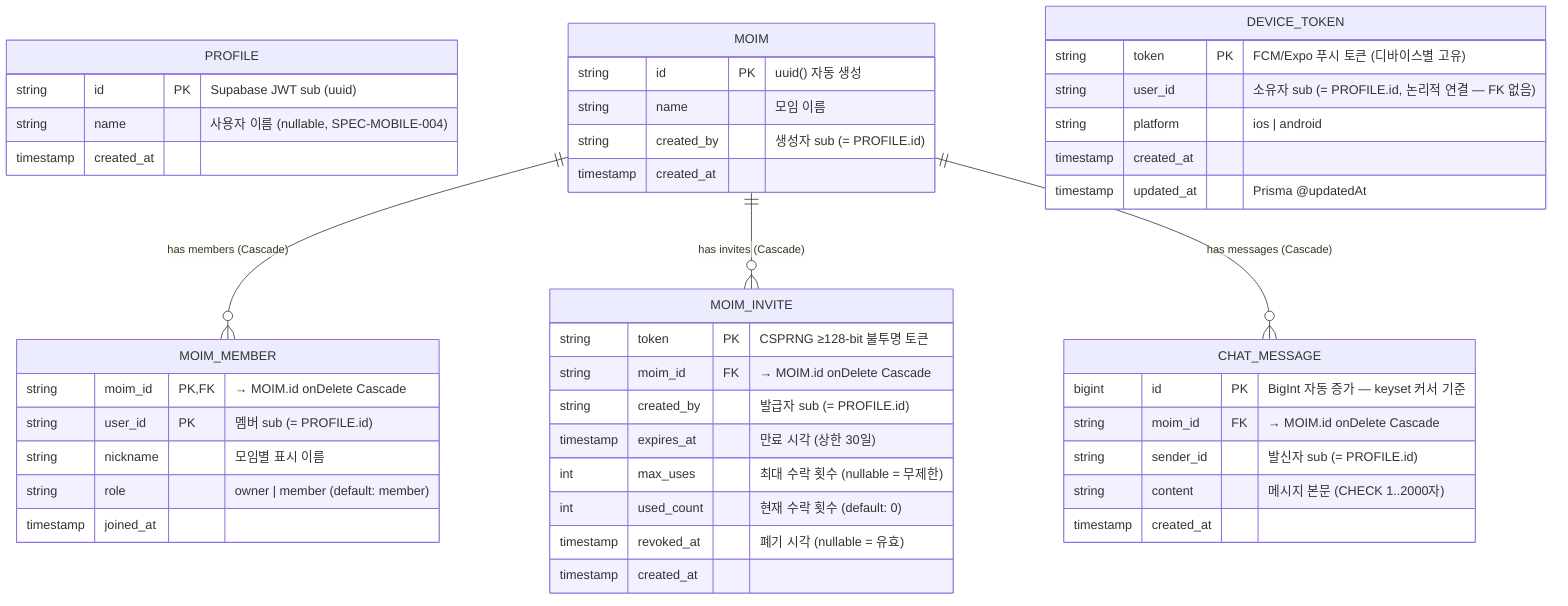
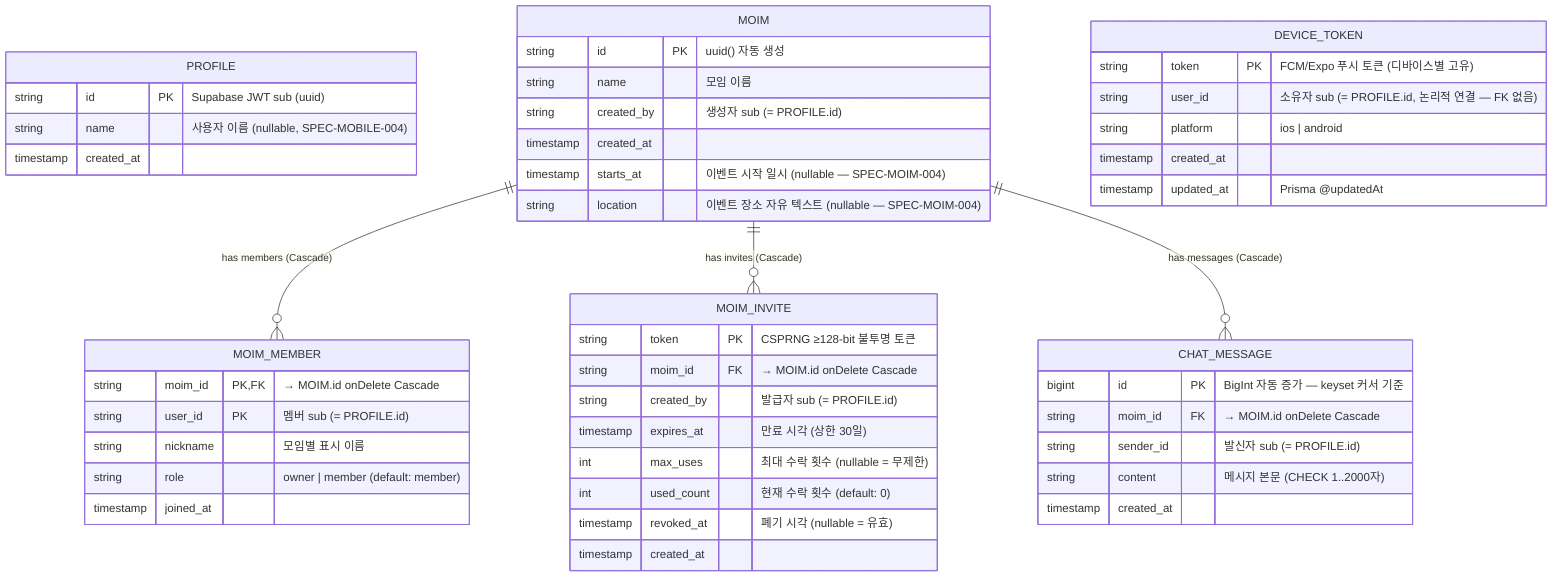
%% Mermaid ER diagram — 수동 갱신 (db.yaml auto-sync 비활성)
%% 기준: apps/backend/prisma/schema.prisma + 마이그레이션 파일
- %% 최종 갱신: 2026-06-15 (SPEC-MOBILE-004 sync — Profile.name nullable 추가)
+ %% 최종 갱신: 2026-06-19 (SPEC-MOIM-004 sync — Moim.startsAt/location nullable 추가)
erDiagram
    PROFILE {
        string id PK "Supabase JWT sub (uuid)"
        string name "사용자 이름 (nullable, SPEC-MOBILE-004)"
        timestamp created_at
    }

    MOIM {
        string id PK "uuid() 자동 생성"
        string name "모임 이름"
        string created_by "생성자 sub (= PROFILE.id)"
        timestamp created_at
+         timestamp starts_at "이벤트 시작 일시 (nullable — SPEC-MOIM-004)"
+         string location "이벤트 장소 자유 텍스트 (nullable — SPEC-MOIM-004)"
    }

    MOIM_MEMBER {
        string moim_id PK,FK "→ MOIM.id onDelete Cascade"
        string user_id PK "멤버 sub (= PROFILE.id)"
        string nickname "모임별 표시 이름"
        string role "owner | member (default: member)"
        timestamp joined_at
    }

    MOIM_INVITE {
        string token PK "CSPRNG ≥128-bit 불투명 토큰"
        string moim_id FK "→ MOIM.id onDelete Cascade"
        string created_by "발급자 sub (= PROFILE.id)"
        timestamp expires_at "만료 시각 (상한 30일)"
        int max_uses "최대 수락 횟수 (nullable = 무제한)"
        int used_count "현재 수락 횟수 (default: 0)"
        timestamp revoked_at "폐기 시각 (nullable = 유효)"
        timestamp created_at
    }

    CHAT_MESSAGE {
        bigint id PK "BigInt 자동 증가 — keyset 커서 기준"
        string moim_id FK "→ MOIM.id onDelete Cascade"
        string sender_id "발신자 sub (= PROFILE.id)"
        string content "메시지 본문 (CHECK 1..2000자)"
        timestamp created_at
    }

    DEVICE_TOKEN {
        string token PK "FCM/Expo 푸시 토큰 (디바이스별 고유)"
        string user_id "소유자 sub (= PROFILE.id, 논리적 연결 — FK 없음)"
        string platform "ios | android"
        timestamp created_at
        timestamp updated_at "Prisma @updatedAt"
    }

    MOIM ||--o{ MOIM_MEMBER : "has members (Cascade)"
    MOIM ||--o{ MOIM_INVITE : "has invites (Cascade)"
    MOIM ||--o{ CHAT_MESSAGE : "has messages (Cascade)"
